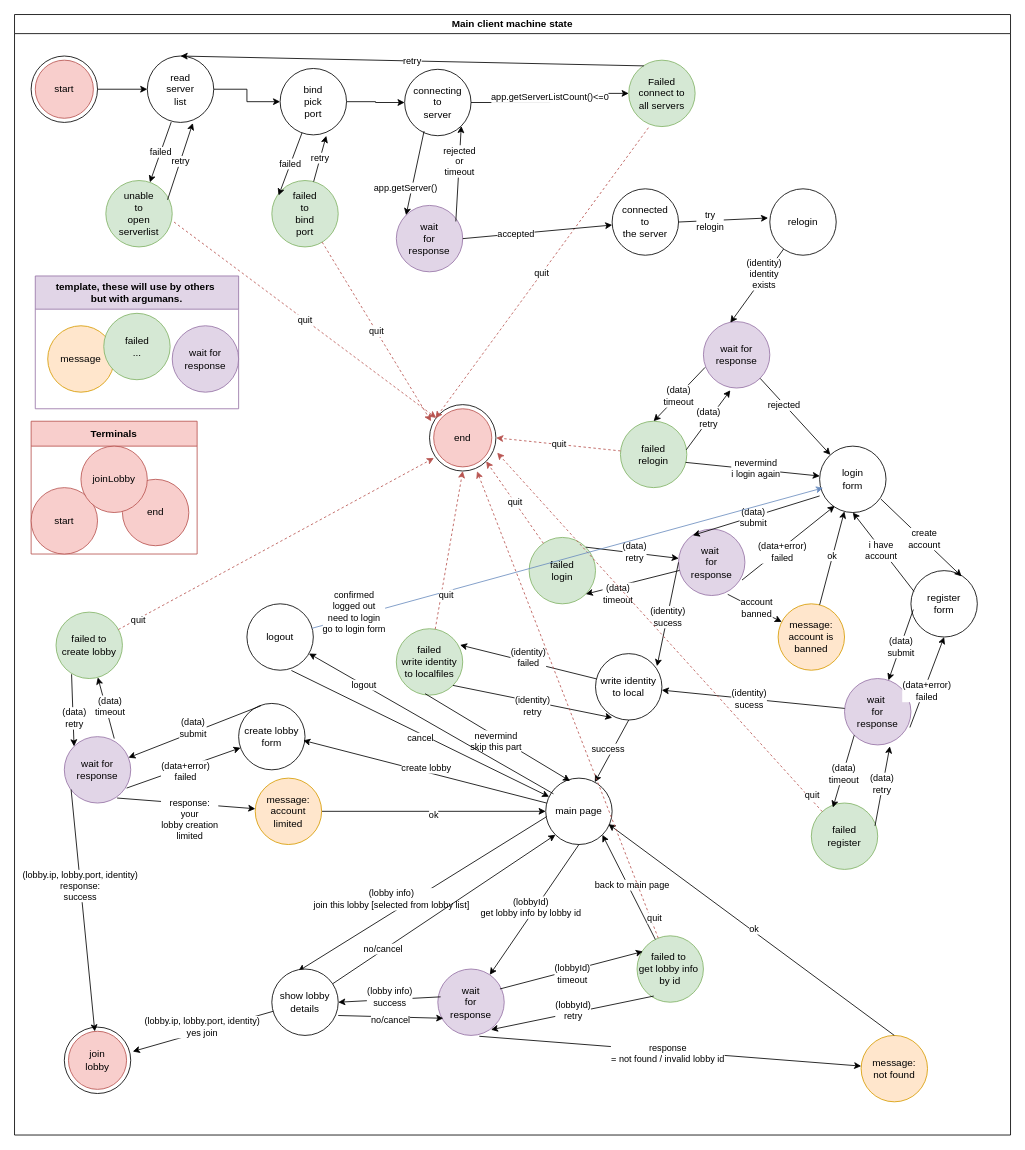
Earlier version of the draw.io diagram docs/machine-state/main-client/main-client-machine-states.drawio (turnaduw/fluffyMultiplayer). Source tidied: cells renumbered, new cells numbered last; positions are measured from the earlier drawing's top-left corner, leaving out a move shared by most shapes. Both pictures are drawn from the tidied source at 83%, with x=0, y=0 at pixel (14, 14).
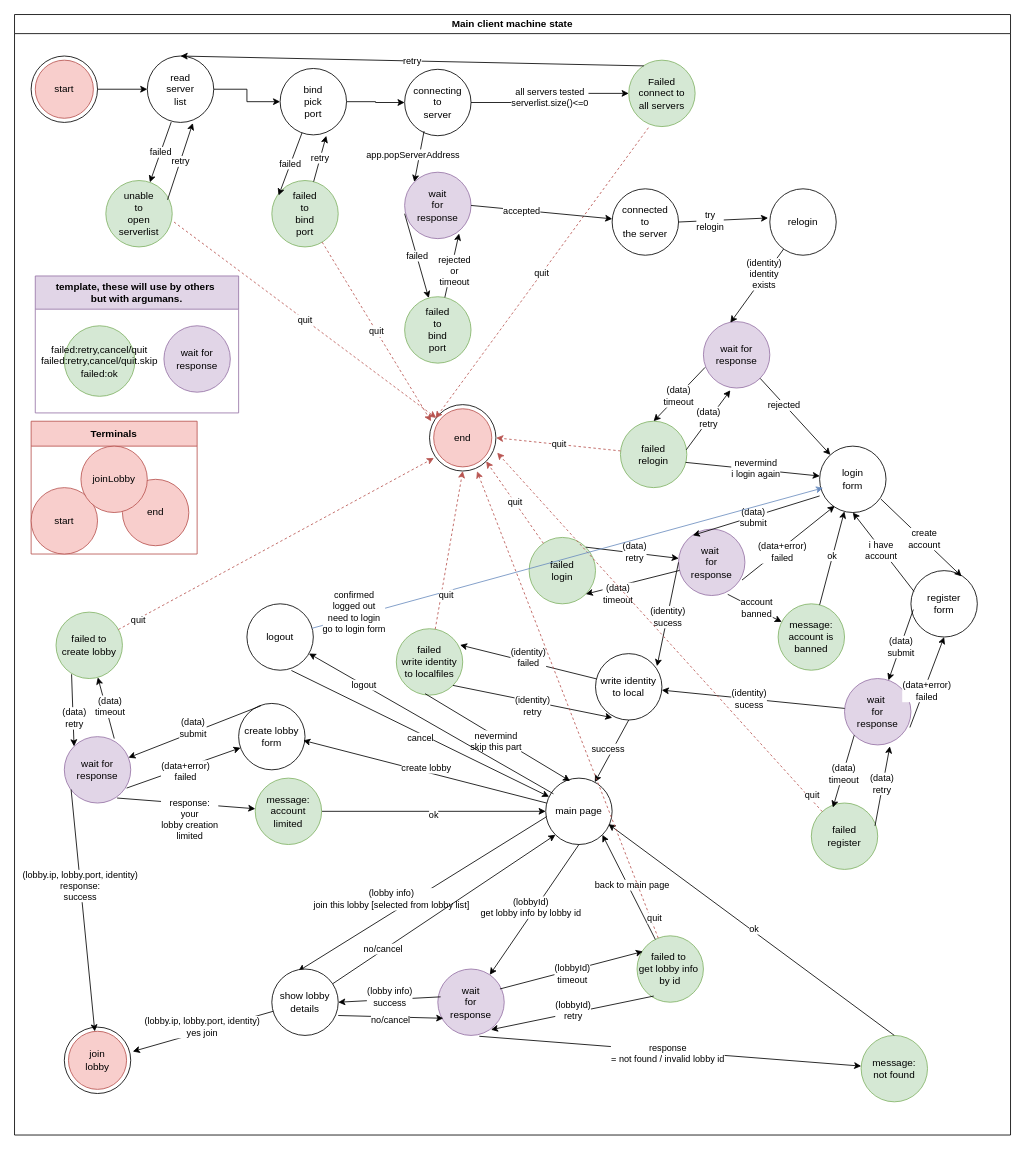
The same page after the edit.

Commit message (it also covers changes not shown here):
doc mainclient machine state updated.

Unchanged cells that the change refers to:
```xml
<mxCell id="2" value="Main client machine state" style="swimlane;whiteSpace=wrap;html=1;" parent="1" vertex="1">
  <mxGeometry width="1200" height="1350" as="geometry" />
</mxCell>
<mxCell id="17" value="connecting&lt;br&gt;to&lt;br&gt;server" style="ellipse;whiteSpace=wrap;html=1;" parent="2" vertex="1">
  <mxGeometry x="470" y="66" width="80" height="80" as="geometry" />
</mxCell>
<mxCell id="23" value="Failed&lt;br&gt;connect to&lt;br&gt;all servers" style="ellipse;whiteSpace=wrap;html=1;fillColor=#d5e8d4;strokeColor=#82b366;" parent="2" vertex="1">
  <mxGeometry x="740" y="55" width="80" height="80" as="geometry" />
</mxCell>
```

The edit, as a diff of the source:
```diff
@@
-    <mxCell id="16" value="app.getServerListCount()&amp;lt;=0" style="edgeStyle=orthogonalEdgeStyle;rounded=0;jettySize=auto;html=1;entryX=0;entryY=0.5;entryDx=0;entryDy=0;" parent="2" edge="1" source="17" target="23">
+    <mxCell id="16" value="all servers tested&lt;br&gt;serverlist.size()&amp;lt;=0" style="edgeStyle=orthogonalEdgeStyle;rounded=0;jettySize=auto;html=1;entryX=0;entryY=0.5;entryDx=0;entryDy=0;" parent="2" edge="1" source="17" target="23">
       <mxGeometry relative="1" as="geometry" />
     </mxCell>
@@
     <mxCell id="22" value="wait&lt;br&gt;for&lt;br&gt;response" style="ellipse;whiteSpace=wrap;html=1;fillColor=#e1d5e7;strokeColor=#9673a6;" parent="2" vertex="1">
-      <mxGeometry x="460" y="230" width="80" height="80" as="geometry" />
+      <mxGeometry x="470" y="190" width="80" height="80" as="geometry" />
     </mxCell>
@@
-    <mxCell id="24" value="app.getServer()" style="endArrow=classic;html=1;rounded=0;entryX=0;entryY=0;entryDx=0;entryDy=0;exitX=0.293;exitY=0.931;exitDx=0;exitDy=0;exitPerimeter=0;" parent="2" edge="1" source="17" target="22">
-      <mxGeometry x="0.4" y="-7" relative="1" as="geometry" />
+    <mxCell id="24" value="app.popServerAddress" style="endArrow=classic;html=1;rounded=0;entryX=0;entryY=0;entryDx=0;entryDy=0;exitX=0.293;exitY=0.931;exitDx=0;exitDy=0;exitPerimeter=0;" parent="2" edge="1" source="17" target="22">
+      <mxGeometry x="0.01" y="-8" relative="1" as="geometry" />
     </mxCell>
@@
-    <mxCell id="27" value="rejected&lt;br&gt;or&lt;br&gt;timeout" style="endArrow=classic;html=1;rounded=0;entryX=1;entryY=1;entryDx=0;entryDy=0;exitX=0.896;exitY=0.241;exitDx=0;exitDy=0;exitPerimeter=0;" parent="2" edge="1" source="22" target="17">
-      <mxGeometry x="0.25" relative="1" as="geometry" />
-    </mxCell>
@@
-    <mxCell id="82" value="message:&lt;br&gt;not found" style="ellipse;whiteSpace=wrap;html=1;fillColor=#ffe6cc;strokeColor=#d79b00;" parent="2" vertex="1">
+    <mxCell id="82" value="message:&lt;br&gt;not found" style="ellipse;whiteSpace=wrap;html=1;fillColor=#d5e8d4;strokeColor=#82b366;" parent="2" vertex="1">
       <mxGeometry x="1020" y="1230" width="80" height="80" as="geometry" />
     </mxCell>
@@
-    <mxCell id="101" value="message:&lt;br&gt;account is banned" style="ellipse;whiteSpace=wrap;html=1;fillColor=#ffe6cc;strokeColor=#d79b00;" parent="2" vertex="1">
+    <mxCell id="101" value="message:&lt;br&gt;account is banned" style="ellipse;whiteSpace=wrap;html=1;fillColor=#d5e8d4;strokeColor=#82b366;" parent="2" vertex="1">
       <mxGeometry x="920" y="710" width="80" height="80" as="geometry" />
     </mxCell>
@@
-    <mxCell id="104" value="message:&lt;br&gt;account limited" style="ellipse;whiteSpace=wrap;html=1;fillColor=#ffe6cc;strokeColor=#d79b00;" parent="2" vertex="1">
+    <mxCell id="104" value="message:&lt;br&gt;account limited" style="ellipse;whiteSpace=wrap;html=1;fillColor=#d5e8d4;strokeColor=#82b366;" parent="2" vertex="1">
       <mxGeometry x="290" y="920" width="80" height="80" as="geometry" />
     </mxCell>
@@
     <mxCell id="106" value="template, these will use by others&amp;nbsp;&lt;br&gt;but with argumans." style="swimlane;whiteSpace=wrap;html=1;startSize=40;fillColor=#e1d5e7;strokeColor=#9673a6;" parent="2" vertex="1">
-      <mxGeometry x="25" y="315" width="245" height="160" as="geometry" />
+      <mxGeometry x="25" y="315" width="245" height="165" as="geometry" />
     </mxCell>
-    <mxCell id="107" value="message" style="ellipse;whiteSpace=wrap;html=1;fillColor=#ffe6cc;strokeColor=#d79b00;" parent="106" vertex="1">
-      <mxGeometry x="15" y="60" width="80" height="80" as="geometry" />
-    </mxCell>
     <mxCell id="108" value="wait for response" style="ellipse;whiteSpace=wrap;html=1;fillColor=#e1d5e7;strokeColor=#9673a6;" parent="106" vertex="1">
-      <mxGeometry x="165" y="60" width="80" height="80" as="geometry" />
+      <mxGeometry x="155" y="60" width="80" height="80" as="geometry" />
     </mxCell>
-    <mxCell id="109" value="failed&lt;br&gt;..." style="ellipse;whiteSpace=wrap;html=1;fillColor=#d5e8d4;strokeColor=#82b366;" parent="106" vertex="1">
-      <mxGeometry x="82.5" y="45" width="80" height="80" as="geometry" />
+    <mxCell id="109" value="failed:retry,cancel/quit&lt;br&gt;failed:retry,cancel/quit.skip&lt;br&gt;failed:ok" style="ellipse;whiteSpace=wrap;html=1;fillColor=#d5e8d4;strokeColor=#82b366;" parent="106" vertex="1">
+      <mxGeometry x="35" y="60" width="85" height="85" as="geometry" />
     </mxCell>
@@
+    <mxCell id="114" value="failed&lt;br&gt;to&lt;br&gt;bind&lt;br&gt;port" style="ellipse;whiteSpace=wrap;html=1;fillColor=#d5e8d4;strokeColor=#82b366;" parent="2" vertex="1">
+      <mxGeometry x="470" y="340" width="80" height="80" as="geometry" />
+    </mxCell>
+    <mxCell id="27" value="rejected&lt;br&gt;or&lt;br&gt;timeout" style="endArrow=classic;html=1;rounded=0;entryX=0.82;entryY=0.923;entryDx=0;entryDy=0;entryPerimeter=0;" parent="2" edge="1" source="114" target="22">
+      <mxGeometry x="-0.15" y="-4" relative="1" as="geometry" />
+    </mxCell>
+    <mxCell id="115" value="failed" style="endArrow=classic;html=1;rounded=0;exitX=0;exitY=0.625;exitDx=0;exitDy=0;exitPerimeter=0;" parent="2" edge="1" source="22" target="114">
+      <mxGeometry relative="1" as="geometry" />
+    </mxCell>
```
